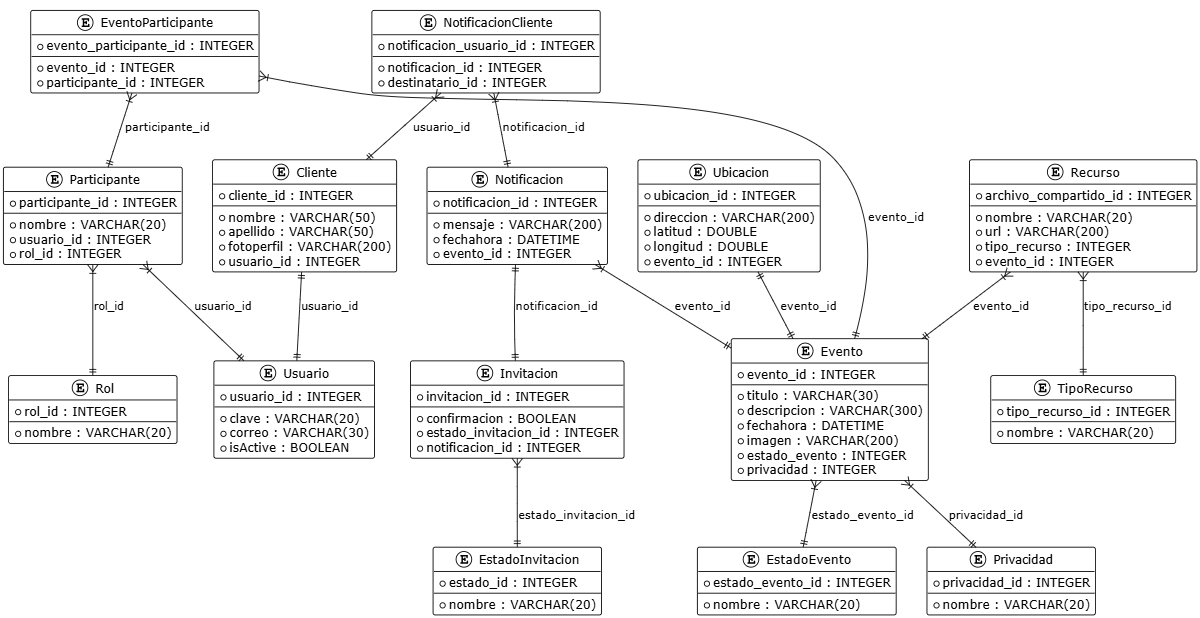
The PlantUML diagram images/DatabaseDiagram.png in raulvelris/Proyecto-Progra-Movil, before a commit. Its source is kept beside it as docs/DatabaseDiagram.puml.
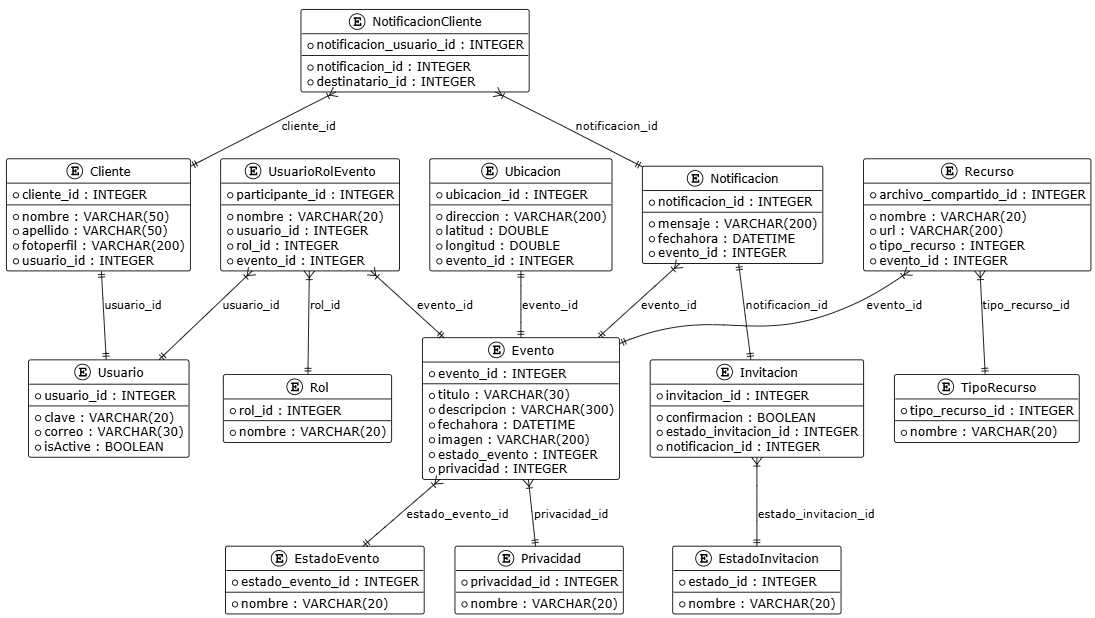
After the change.

Commit message:
Quitando 2 asociativas para crear una asociativa de 3: Usuario-Rol-Evento

Change to the diagram source:
```diff
@@ -67,13 +67,6 @@
   * nombre : VARCHAR(20)
 }
 
-entity "EventoParticipante" {
-  * evento_participante_id : INTEGER
-  --
-  * evento_id : INTEGER
-  * participante_id : INTEGER
-}
-
 entity "EstadoEvento" {
   * estado_evento_id : INTEGER
   --
@@ -86,12 +79,13 @@
   * nombre : VARCHAR(20)
 }
 
-entity "Participante" {
+entity "UsuarioRolEvento" {
   * participante_id : INTEGER
   --
   * nombre : VARCHAR(20)
   * usuario_id : INTEGER
   * rol_id : INTEGER
+  * evento_id : INTEGER
 }
 
 entity "Rol" {
@@ -119,7 +113,7 @@
 Notificacion ||--|| Invitacion : notificacion_id
 
 Invitacion }|--|| EstadoInvitacion : estado_invitacion_id
-NotificacionCliente }|--|| Cliente : usuario_id
+NotificacionCliente }|--|| Cliente : cliente_id
 NotificacionCliente }|--|| Notificacion : notificacion_id
 Notificacion }|--|| Evento : evento_id
 Recurso }|--|| TipoRecurso : tipo_recurso_id
@@ -127,9 +121,8 @@
 Ubicacion ||--|| Evento : evento_id
 Evento }|--|| EstadoEvento : estado_evento_id
 Evento }|--|| Privacidad : privacidad_id
-EventoParticipante }|--|| Evento : evento_id
-EventoParticipante }|--|| Participante : participante_id
-Participante }|--|| Usuario : usuario_id
-Participante }|--|| Rol : rol_id
+UsuarioRolEvento }|--|| Usuario : usuario_id
+UsuarioRolEvento }|--|| Rol : rol_id
+UsuarioRolEvento }|--|| Evento : evento_id
 
 @enduml
```
